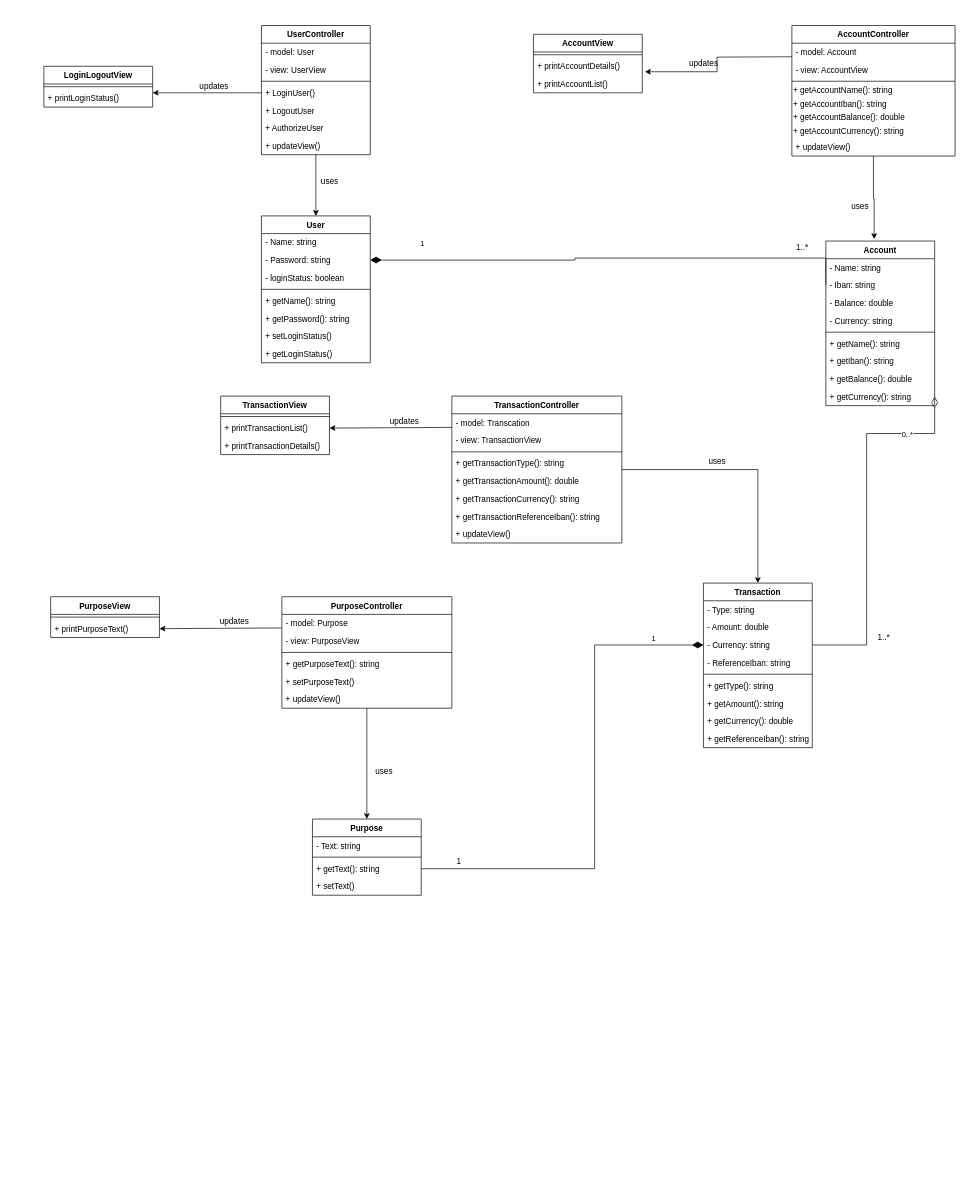
Before: page "Class Diagram" (6 of 6) of Class_Diagram.drawio in erdden/Diagrams, a draw.io diagram. Source tidied: cells renumbered, new cells numbered last; positions are measured from the earlier drawing's top-left corner, leaving out a move shared by most shapes. Both pictures are drawn from the tidied source at 68%, with x=0, y=0 at pixel (44, 25).
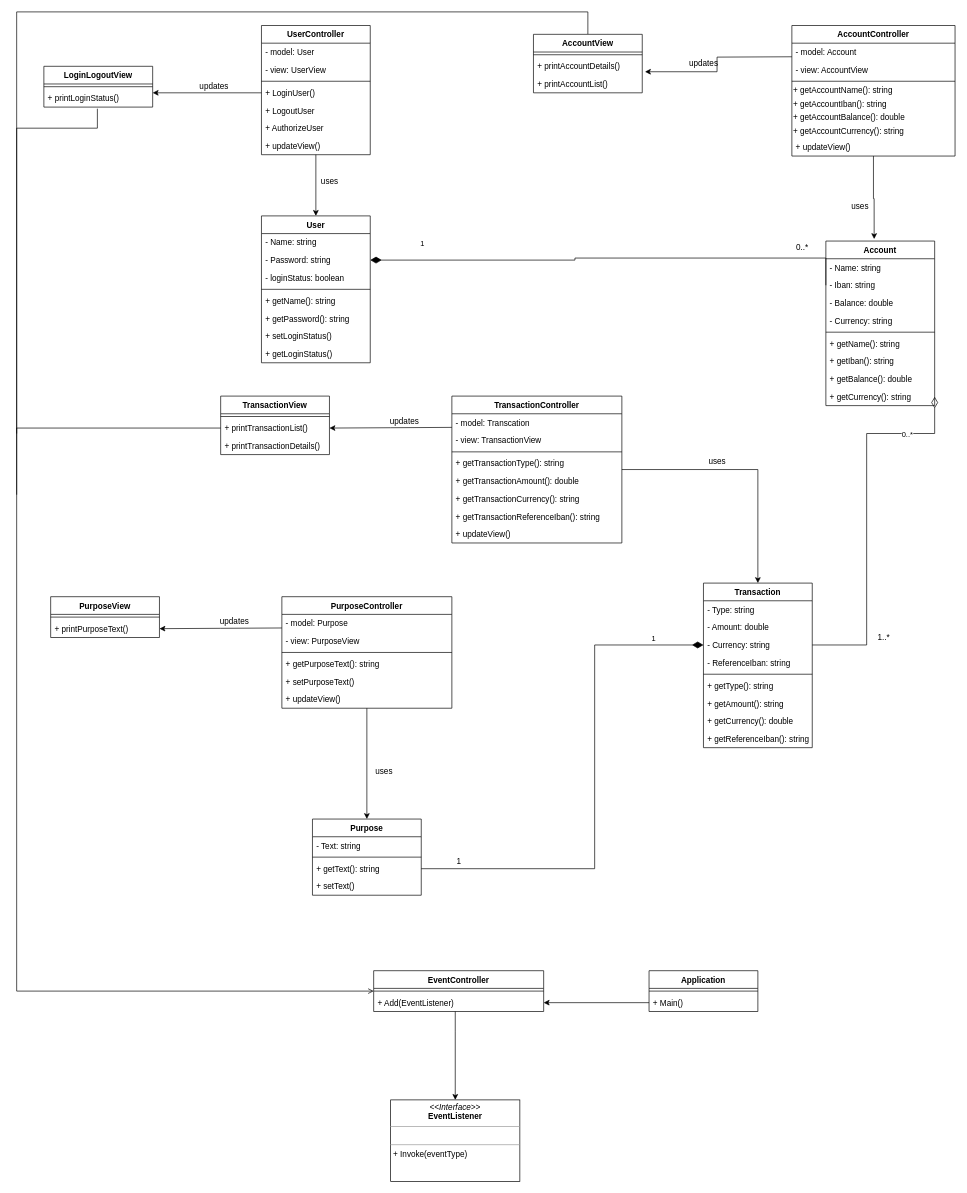
The same page after the edit.

Unchanged cells that the change refers to:
```xml
<mxCell id="22" value="+ printLoginStatus()" style="text;strokeColor=none;fillColor=none;align=left;verticalAlign=top;spacingLeft=4;spacingRight=4;overflow=hidden;points=[[0,0.5],[1,0.5]];portConstraint=eastwest;" parent="20" vertex="1">
  <mxGeometry y="34" width="160" height="26" as="geometry" />
</mxCell>
<mxCell id="36" value="AccountView" style="swimlane;fontStyle=1;align=center;verticalAlign=top;horizontal=1;startSize=26;" parent="1" vertex="1">
  <mxGeometry x="720" y="13" width="160" height="86" as="geometry" />
</mxCell>
<mxCell id="67" value="+ printTransactionList()" style="text;strokeColor=none;fillColor=none;align=left;verticalAlign=top;spacingLeft=4;spacingRight=4;overflow=hidden;points=[[0,0.5],[1,0.5]];portConstraint=eastwest;" parent="65" vertex="1">
  <mxGeometry y="34" width="160" height="26" as="geometry" />
</mxCell>
```

Change to the diagram source:
```diff
@@
+    <mxCell id="105" style="edgeStyle=orthogonalEdgeStyle;rounded=0;jettySize=auto;html=1;endArrow=open;endFill=0;entryX=0;entryY=0.5;entryDx=0;entryDy=0;exitX=0.492;exitY=1.09;exitDx=0;exitDy=0;exitPerimeter=0;" parent="1" edge="1" source="22" target="112">
+      <mxGeometry relative="1" as="geometry">
+        <Array as="points">
+          <mxPoint x="79" y="151" />
+          <mxPoint x="-40" y="151" />
+          <mxPoint x="-40" y="1420" />
+        </Array>
+      </mxGeometry>
+    </mxCell>
@@
+    <mxCell id="106" style="edgeStyle=orthogonalEdgeStyle;rounded=0;jettySize=auto;html=1;endArrow=none;endFill=0;exitX=0.5;exitY=0;exitDx=0;exitDy=0;" parent="1" edge="1" source="36">
+      <mxGeometry relative="1" as="geometry">
+        <mxPoint x="-40" y="690" as="targetPoint" />
+        <Array as="points">
+          <mxPoint x="800" y="-20" />
+          <mxPoint x="-40" y="-20" />
+        </Array>
+      </mxGeometry>
+    </mxCell>
@@
-    <mxCell id="54" value="1..*" style="text;html=1;align=center;verticalAlign=middle;strokeColor=none;fillColor=none;" parent="1" vertex="1">
+    <mxCell id="54" value="0..*" style="text;html=1;align=center;verticalAlign=middle;strokeColor=none;fillColor=none;" parent="1" vertex="1">
       <mxGeometry x="1100" y="317" width="30" height="20" as="geometry" />
     </mxCell>
@@
+    <mxCell id="107" value="Application" style="swimlane;fontStyle=1;align=center;verticalAlign=top;horizontal=1;startSize=26;" parent="1" vertex="1">
+      <mxGeometry x="890" y="1390" width="160" height="60" as="geometry" />
+    </mxCell>
+    <mxCell id="108" style="line;strokeWidth=1;fillColor=none;align=left;verticalAlign=middle;spacingTop=-1;spacingLeft=3;spacingRight=3;labelPosition=right;" parent="107" vertex="1">
+      <mxGeometry y="26" width="160" height="8" as="geometry" />
+    </mxCell>
+    <mxCell id="109" value="+ Main()" style="text;strokeColor=none;fillColor=none;align=left;verticalAlign=top;spacingLeft=4;spacingRight=4;overflow=hidden;points=[[0,0.5],[1,0.5]];portConstraint=eastwest;" parent="107" vertex="1">
+      <mxGeometry y="34" width="160" height="26" as="geometry" />
+    </mxCell>
+    <mxCell id="110" value="&lt;p style=&quot;margin: 0px ; margin-top: 4px ; text-align: center&quot;&gt;&lt;i&gt;&amp;lt;&amp;lt;Interface&amp;gt;&amp;gt;&lt;/i&gt;&lt;br&gt;&lt;b&gt;EventListener&lt;/b&gt;&lt;/p&gt;&lt;hr size=&quot;1&quot;&gt;&lt;p style=&quot;margin: 0px ; margin-left: 4px&quot;&gt;&lt;br&gt;&lt;/p&gt;&lt;hr size=&quot;1&quot;&gt;&lt;p style=&quot;margin: 0px ; margin-left: 4px&quot;&gt;+ Invoke(eventType)&lt;/p&gt;" style="verticalAlign=top;align=left;overflow=fill;fontSize=12;fontFamily=Helvetica;html=1;" parent="1" vertex="1">
+      <mxGeometry x="510" y="1580" width="190" height="120" as="geometry" />
+    </mxCell>
+    <mxCell id="111" style="edgeStyle=orthogonalEdgeStyle;rounded=0;jettySize=auto;html=1;entryX=0.5;entryY=0;entryDx=0;entryDy=0;endArrow=classic;endFill=1;" parent="1" edge="1" source="112" target="110">
+      <mxGeometry relative="1" as="geometry">
+        <Array as="points">
+          <mxPoint x="605" y="1480" />
+          <mxPoint x="605" y="1480" />
+        </Array>
+      </mxGeometry>
+    </mxCell>
+    <mxCell id="112" value="EventController" style="swimlane;fontStyle=1;align=center;verticalAlign=top;horizontal=1;startSize=26;" parent="1" vertex="1">
+      <mxGeometry x="485" y="1390" width="250" height="60" as="geometry" />
+    </mxCell>
+    <mxCell id="113" style="line;strokeWidth=1;fillColor=none;align=left;verticalAlign=middle;spacingTop=-1;spacingLeft=3;spacingRight=3;labelPosition=right;" parent="112" vertex="1">
+      <mxGeometry y="26" width="250" height="8" as="geometry" />
+    </mxCell>
+    <mxCell id="114" value="+ Add(EventListener)" style="text;strokeColor=none;fillColor=none;align=left;verticalAlign=top;spacingLeft=4;spacingRight=4;overflow=hidden;points=[[0,0.5],[1,0.5]];portConstraint=eastwest;" parent="112" vertex="1">
+      <mxGeometry y="34" width="250" height="26" as="geometry" />
+    </mxCell>
+    <mxCell id="115" style="edgeStyle=orthogonalEdgeStyle;rounded=0;jettySize=auto;html=1;entryX=1;entryY=0.5;entryDx=0;entryDy=0;endArrow=classic;endFill=1;" parent="1" edge="1" source="109" target="114">
+      <mxGeometry relative="1" as="geometry" />
+    </mxCell>
+    <mxCell id="116" style="edgeStyle=orthogonalEdgeStyle;rounded=0;jettySize=auto;html=1;endArrow=none;endFill=0;exitX=0;exitY=0.5;exitDx=0;exitDy=0;" parent="1" edge="1" source="67">
+      <mxGeometry relative="1" as="geometry">
+        <mxPoint x="-40" y="600" as="targetPoint" />
+        <Array as="points">
+          <mxPoint x="-40" y="592" />
+        </Array>
+      </mxGeometry>
+    </mxCell>
```
